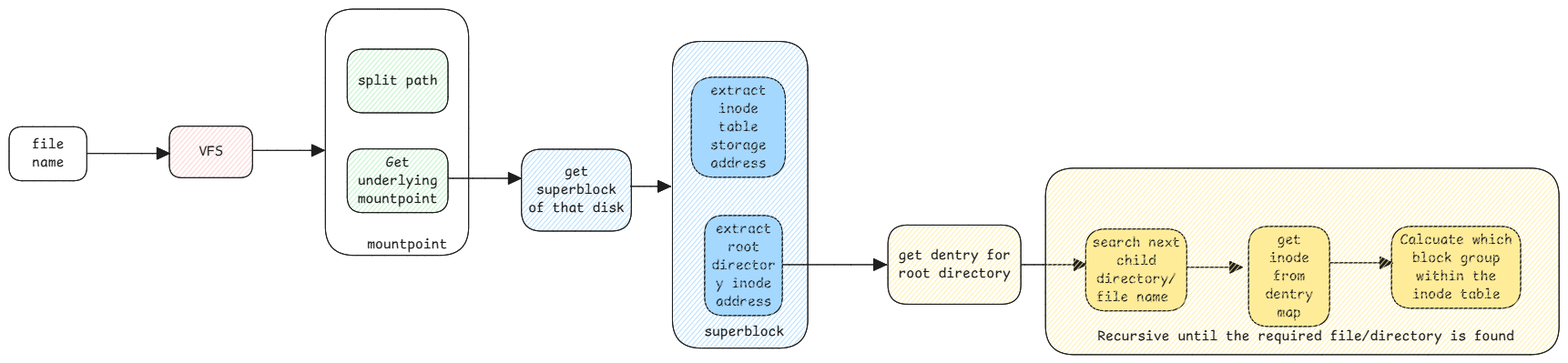
Before: static/img/file-finding-process.excalidraw.png, a diagram exported from Excalidraw (swaroopar/inprogress-engineer). Source tidied: one line per element, renumbered; positions are measured from the earlier drawing's top-left corner, leaving out a move shared by most shapes.
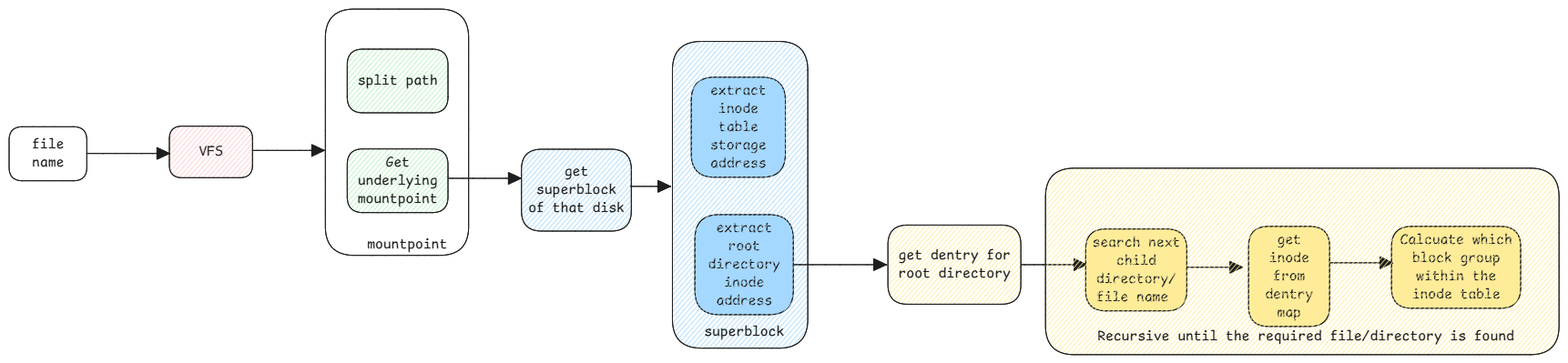
After the commit.

Commit message:
extend inode doc

Change to the diagram source:
```diff
@@ -14,10 +14,10 @@
 {"id": 13, "type": "text", "text": "get\nsuperblock\nof that disk", "strokeColor": "#1e1e1e", "strokeWidth": 1, "roughness": 0, "fontSize": 16, "fontFamily": 8, "textAlign": "center", "verticalAlign": "middle", "inside": 12, "x": 570, "y": 169, "width": 106, "height": 60}
 {"id": 14, "type": "rectangle", "strokeColor": "#1e1e1e", "backgroundColor": "#a5d8ff", "fillStyle": "solid", "strokeWidth": 1, "roughness": 0, "round": true, "x": 749, "y": 75, "width": 103, "height": 110}
 {"id": 15, "type": "text", "text": "extract\ninode\ntable\nstorage\naddress", "strokeColor": "#1e1e1e", "strokeWidth": 1, "roughness": 0, "fontSize": 16, "fontFamily": 8, "textAlign": "center", "verticalAlign": "middle", "inside": 14, "x": 770, "y": 80, "width": 62, "height": 100}
-{"id": 16, "type": "rectangle", "strokeColor": "#1e1e1e", "backgroundColor": "#a5d8ff", "fillStyle": "solid", "strokeWidth": 1, "roughness": 0, "round": true, "x": 764, "y": 227, "width": 85, "height": 110}
+{"id": 16, "type": "rectangle", "strokeColor": "#1e1e1e", "backgroundColor": "#a5d8ff", "fillStyle": "solid", "strokeWidth": 1, "roughness": 0, "round": true, "x": 753, "y": 226, "width": 108, "height": 110}
-{"id": 17, "type": "text", "text": "extract\nroot\ndirector\ny inode\naddress", "strokeColor": "#1e1e1e", "strokeWidth": 1, "roughness": 0, "fontSize": 16, "fontFamily": 8, "textAlign": "center", "verticalAlign": "middle", "inside": 16, "x": 771, "y": 232, "width": 70, "height": 100}
+{"id": 17, "type": "text", "text": "extract\nroot\ndirectory\ninode\naddress", "strokeColor": "#1e1e1e", "strokeWidth": 1, "roughness": 0, "fontSize": 16, "fontFamily": 8, "textAlign": "center", "verticalAlign": "middle", "inside": 16, "x": 768, "y": 231, "width": 79, "height": 100}
 {"id": 18, "type": "rectangle", "strokeColor": "#1e1e1e", "backgroundColor": "#a5d8ff", "fillStyle": "hachure", "strokeWidth": 1, "roughness": 0, "round": true, "x": 728, "y": 36, "width": 149, "height": 337}
-{"id": 19, "type": "arrow", "strokeColor": "#1e1e1e", "strokeWidth": 1, "roughness": 0, "endArrowhead": "triangle", "round": true, "x": 849, "y": 281, "width": 114, "height": 0, "points": [[0, 0], [114, 0]]}
+{"id": 19, "type": "arrow", "strokeColor": "#1e1e1e", "strokeWidth": 1, "roughness": 0, "endArrowhead": "triangle", "round": true, "to": 22, "x": 862, "y": 281, "width": 101, "height": 0, "points": [[0, 0], [101, 0]]}
 {"id": 20, "type": "rectangle", "strokeColor": "#1e1e1e", "backgroundColor": "#ffec99", "fillStyle": "solid", "strokeWidth": 1, "roughness": 0, "round": true, "x": 1518, "y": 239, "width": 142, "height": 90}
 {"id": 21, "type": "text", "text": "Calcuate which\nblock group\nwithin the\ninode table", "strokeColor": "#1e1e1e", "strokeWidth": 1, "roughness": 0, "fontSize": 16, "fontFamily": 8, "textAlign": "center", "verticalAlign": "middle", "inside": 20, "x": 1527, "y": 244, "width": 123, "height": 80}
 {"id": 22, "type": "rectangle", "strokeColor": "#1e1e1e", "backgroundColor": "#ffec99", "fillStyle": "hachure", "strokeWidth": 1, "roughness": 0, "round": true, "x": 965, "y": 237, "width": 146, "height": 87}
```
